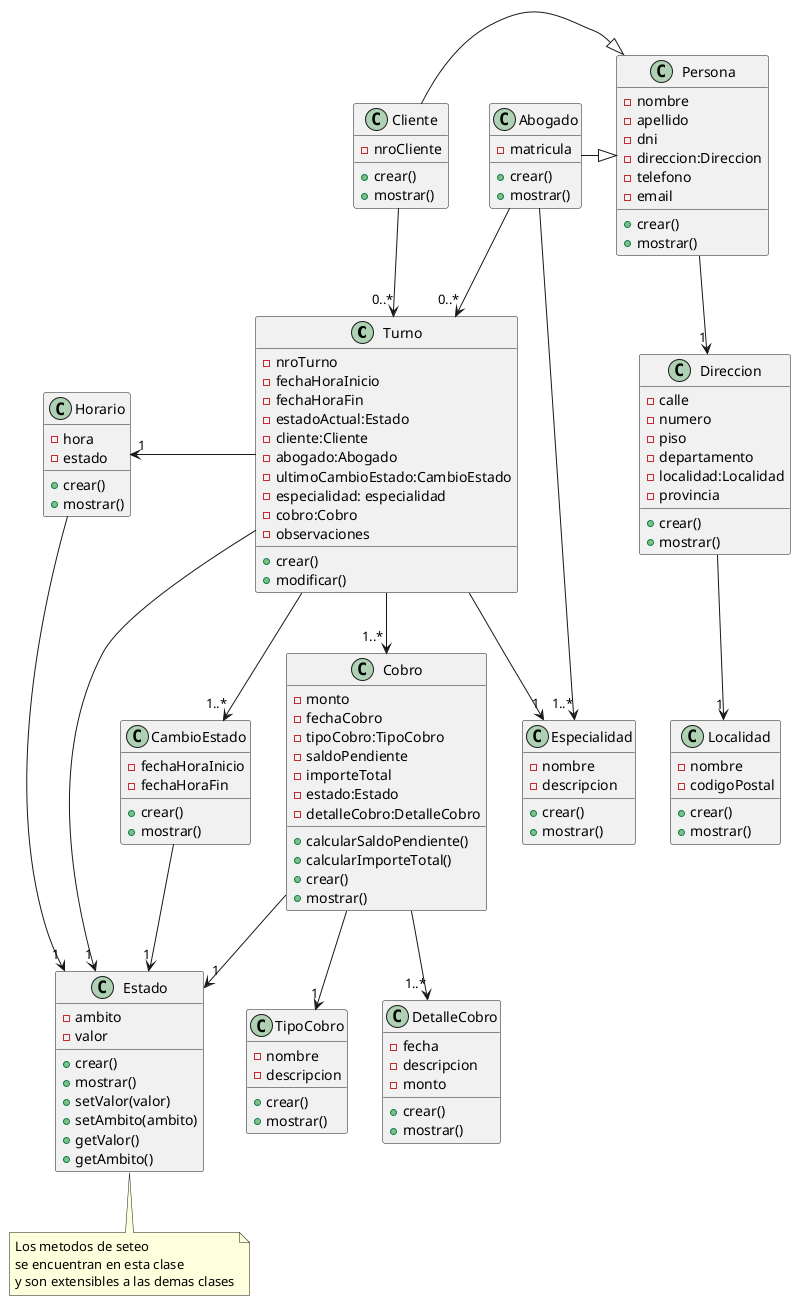
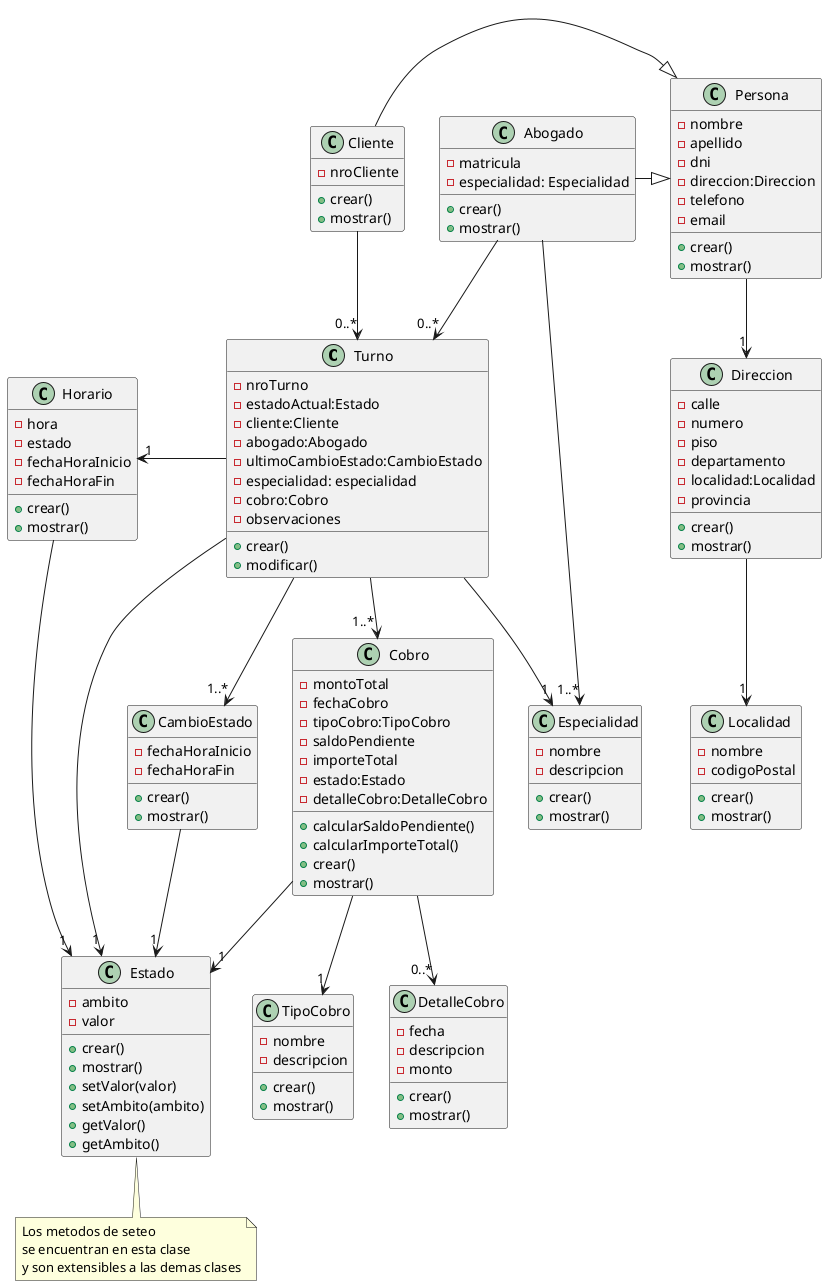
@startuml Diagrama de Clases
class Turno {
    - nroTurno
-     - fechaHoraInicio
-     - fechaHoraFin
    - estadoActual:Estado
    - cliente:Cliente
    - abogado:Abogado
    - ultimoCambioEstado:CambioEstado
    - especialidad: especialidad
    - cobro:Cobro
    - observaciones
    + crear()
    + modificar()
}
Turno --> "1..* "Cobro
Turno -> "1" Estado
Turno -->"1..*" CambioEstado
Turno --> "1" Especialidad
Turno -left-> "1"Horario


class Especialidad {
    - nombre
    - descripcion
    + crear()
    + mostrar()
}

class Persona{
    - nombre
    - apellido
    - dni
    - direccion:Direccion
    - telefono
    - email
    + crear()
    + mostrar()
}

Persona -->"1" Direccion

class Cliente {
    - nroCliente
    + crear()
    + mostrar()
}

Cliente -|> Persona
Cliente -->"0..*" Turno


class Abogado {
    - matricula
+     - especialidad: Especialidad
    + crear()
    + mostrar()
- 
}

Abogado -->"1..*" Especialidad
Abogado -|> Persona
Abogado -->"0..*" Turno

class CambioEstado{
    - fechaHoraInicio
    - fechaHoraFin
    + crear()
    + mostrar()
}

CambioEstado -->"1" Estado

class Cobro {
-     - monto
+     - montoTotal
    - fechaCobro
    - tipoCobro:TipoCobro
    - saldoPendiente
    - importeTotal
    - estado:Estado
    - detalleCobro:DetalleCobro
    + calcularSaldoPendiente()
    + calcularImporteTotal()
    + crear()
    + mostrar()

}

Cobro -->"1" TipoCobro
- Cobro -->"1..*" DetalleCobro
+ Cobro -->"0..*" DetalleCobro
Cobro -->"1" Estado

class DetalleCobro {
    - fecha
    - descripcion
    - monto
    + crear()
    + mostrar()
}

class TipoCobro {
    - nombre
    - descripcion
    + crear()
    + mostrar()
}

class Estado{
    - ambito
    - valor
    + crear()
    + mostrar()
    + setValor(valor)
    + setAmbito(ambito)
    + getValor()
    + getAmbito()
}

note bottom of Estado : Los metodos de seteo \nse encuentran en esta clase \ny son extensibles a las demas clases

class Direccion{
    - calle
    - numero
    - piso
    - departamento
    - localidad:Localidad
    - provincia
    + crear()
    + mostrar()
}

Direccion -->"1" Localidad

class Localidad{
    - nombre
    - codigoPostal
    + crear()
    + mostrar()
}

class Horario {
    - hora
    - estado
+     - fechaHoraInicio
+     - fechaHoraFin
    + crear()
    + mostrar()
}

Horario --> "1"Estado
@enduml